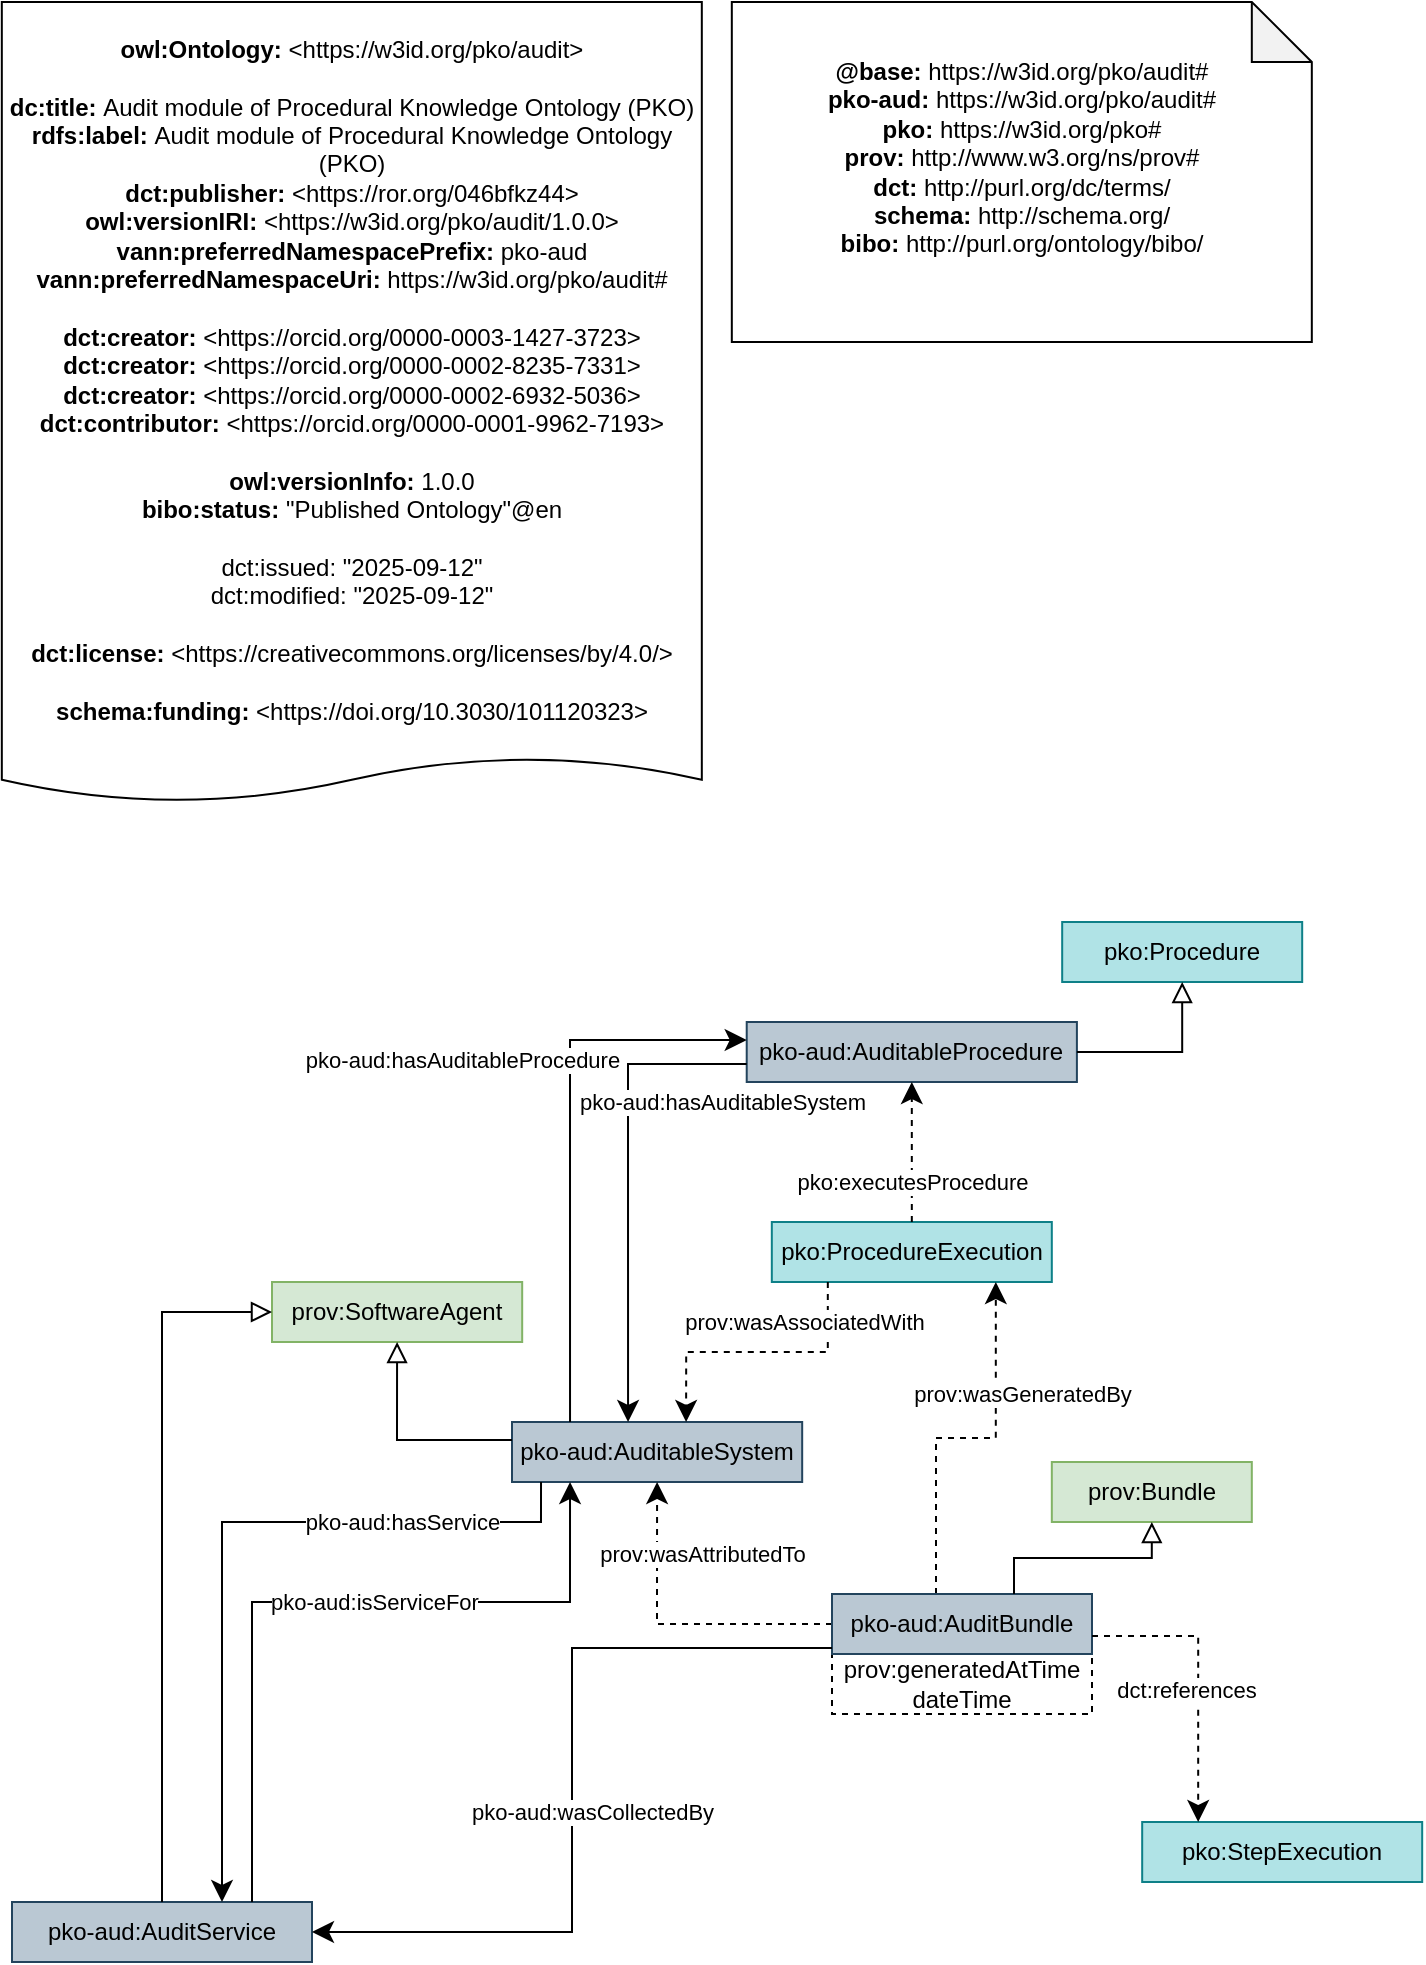
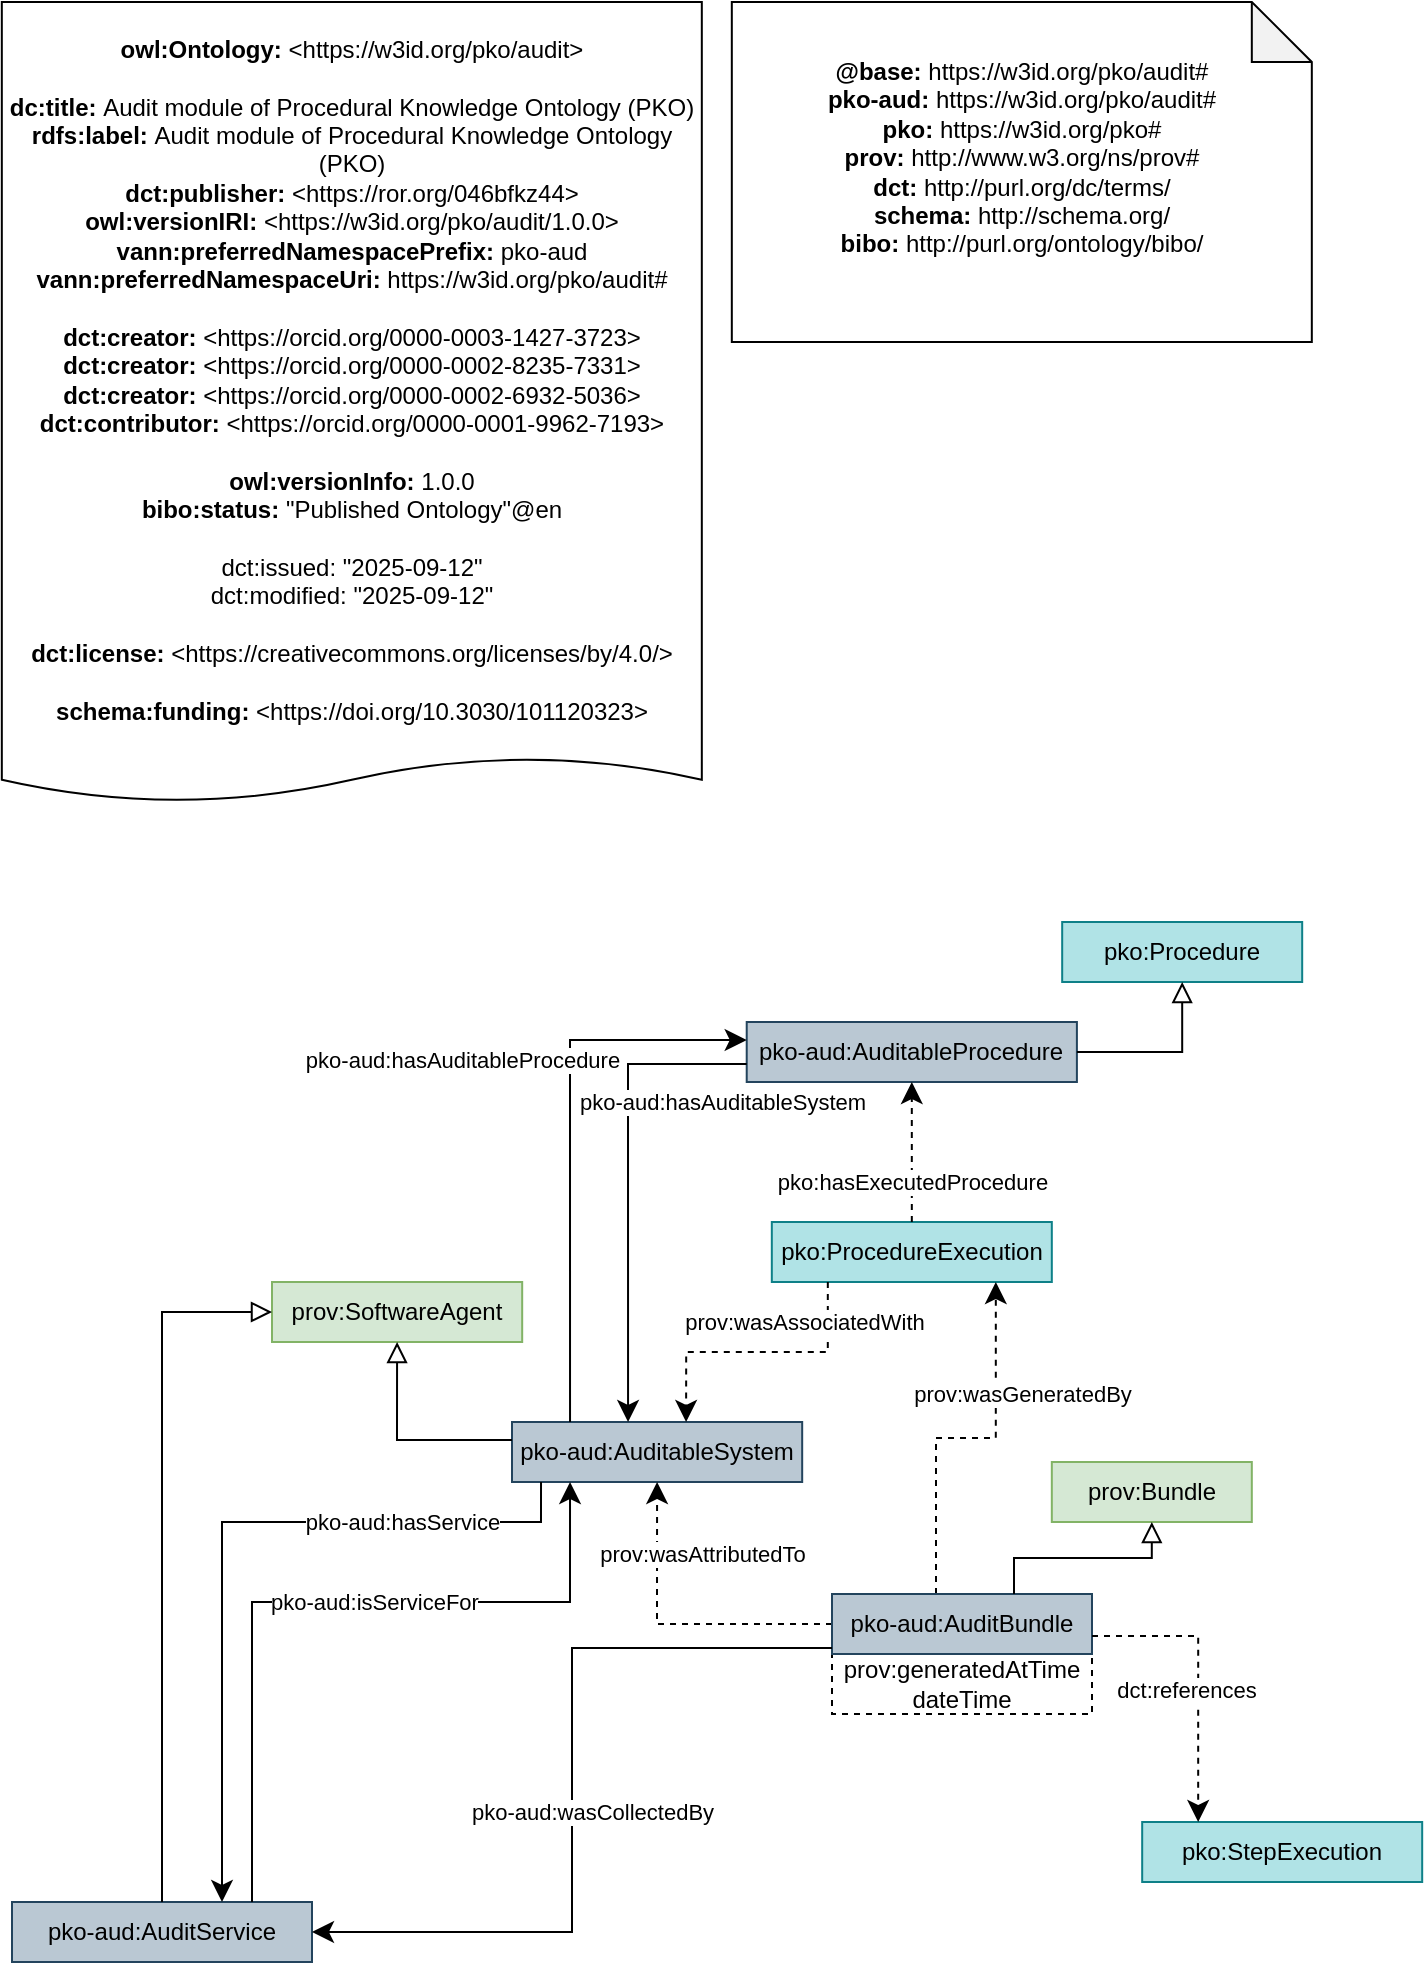
- <mxfile host="Electron" modified="2025-12-05T09:51:22.292Z" agent="Mozilla/5.0 (Windows NT 10.0; Win64; x64) AppleWebKit/537.36 (KHTML, like Gecko) draw.io/23.0.2 Chrome/120.0.6099.109 Electron/28.1.0 Safari/537.36" etag="nmHaVPTa93F_j-eJTZPs" version="23.0.2" type="device">
+ <mxfile host="Electron" agent="Mozilla/5.0 (Windows NT 10.0; Win64; x64) AppleWebKit/537.36 (KHTML, like Gecko) draw.io/29.3.6 Chrome/140.0.7339.249 Electron/38.8.0 Safari/537.36" version="29.3.6">
  <diagram name="1.0.0" id="Sd03tKeqi0pq5nF0qxbI">
-     <mxGraphModel dx="1839" dy="1677" grid="1" gridSize="10" guides="1" tooltips="1" connect="1" arrows="1" fold="1" page="1" pageScale="1" pageWidth="850" pageHeight="1100" math="0" shadow="0">
+     <mxGraphModel dx="1420" dy="1436" grid="1" gridSize="10" guides="1" tooltips="1" connect="1" arrows="1" fold="1" page="1" pageScale="1" pageWidth="850" pageHeight="1100" math="0" shadow="0">
      <root>
        <mxCell id="0" />
        <mxCell id="1" parent="0" />
-         <mxCell id="Wql7pAxn2FT9iOEP6doY-1" value="pko-aud:AuditableProcedure" style="rounded=0;whiteSpace=wrap;html=1;snapToPoint=1;points=[[0.1,0],[0.2,0],[0.3,0],[0.4,0],[0.5,0],[0.6,0],[0.7,0],[0.8,0],[0.9,0],[0,0.1],[0,0.3],[0,0.5],[0,0.7],[0,0.9],[0.1,1],[0.2,1],[0.3,1],[0.4,1],[0.5,1],[0.6,1],[0.7,1],[0.8,1],[0.9,1],[1,0.1],[1,0.3],[1,0.5],[1,0.7],[1,0.9]];fillColor=#bac8d3;strokeColor=#23445d;" parent="1" vertex="1">
-           <mxGeometry x="-192.64000000000001" y="-440" width="165.09" height="30" as="geometry" />
+         <mxCell id="Wql7pAxn2FT9iOEP6doY-1" parent="1" style="rounded=0;whiteSpace=wrap;html=1;snapToPoint=1;points=[[0.1,0],[0.2,0],[0.3,0],[0.4,0],[0.5,0],[0.6,0],[0.7,0],[0.8,0],[0.9,0],[0,0.1],[0,0.3],[0,0.5],[0,0.7],[0,0.9],[0.1,1],[0.2,1],[0.3,1],[0.4,1],[0.5,1],[0.6,1],[0.7,1],[0.8,1],[0.9,1],[1,0.1],[1,0.3],[1,0.5],[1,0.7],[1,0.9]];fillColor=#bac8d3;strokeColor=#23445d;" value="pko-aud:AuditableProcedure" vertex="1">
+           <mxGeometry height="30" width="165.09" x="-192.64000000000001" y="-440" as="geometry" />
        </mxCell>
-         <mxCell id="Wql7pAxn2FT9iOEP6doY-2" value="pko:ProcedureExecution" style="rounded=0;whiteSpace=wrap;html=1;snapToPoint=1;points=[[0.1,0],[0.2,0],[0.3,0],[0.4,0],[0.5,0],[0.6,0],[0.7,0],[0.8,0],[0.9,0],[0,0.1],[0,0.3],[0,0.5],[0,0.7],[0,0.9],[0.1,1],[0.2,1],[0.3,1],[0.4,1],[0.5,1],[0.6,1],[0.7,1],[0.8,1],[0.9,1],[1,0.1],[1,0.3],[1,0.5],[1,0.7],[1,0.9]];fillColor=#b0e3e6;strokeColor=#0e8088;" parent="1" vertex="1">
-           <mxGeometry x="-180.09" y="-340" width="140" height="30" as="geometry" />
+         <mxCell id="Wql7pAxn2FT9iOEP6doY-2" parent="1" style="rounded=0;whiteSpace=wrap;html=1;snapToPoint=1;points=[[0.1,0],[0.2,0],[0.3,0],[0.4,0],[0.5,0],[0.6,0],[0.7,0],[0.8,0],[0.9,0],[0,0.1],[0,0.3],[0,0.5],[0,0.7],[0,0.9],[0.1,1],[0.2,1],[0.3,1],[0.4,1],[0.5,1],[0.6,1],[0.7,1],[0.8,1],[0.9,1],[1,0.1],[1,0.3],[1,0.5],[1,0.7],[1,0.9]];fillColor=#b0e3e6;strokeColor=#0e8088;" value="pko:ProcedureExecution" vertex="1">
+           <mxGeometry height="30" width="140" x="-180.09" y="-340" as="geometry" />
        </mxCell>
-         <mxCell id="Wql7pAxn2FT9iOEP6doY-3" value="" style="endArrow=classic;html=1;endSize=8;arcSize=0;rounded=0;exitX=0.5;exitY=0;exitDx=0;exitDy=0;edgeStyle=orthogonalEdgeStyle;entryX=0.5;entryY=1;entryDx=0;entryDy=0;dashed=1;" parent="1" source="Wql7pAxn2FT9iOEP6doY-2" target="Wql7pAxn2FT9iOEP6doY-1" edge="1">
-           <mxGeometry width="50" height="50" relative="1" as="geometry">
+         <mxCell id="Wql7pAxn2FT9iOEP6doY-3" edge="1" parent="1" source="Wql7pAxn2FT9iOEP6doY-2" style="endArrow=classic;html=1;endSize=8;arcSize=0;rounded=0;exitX=0.5;exitY=0;exitDx=0;exitDy=0;edgeStyle=orthogonalEdgeStyle;entryX=0.5;entryY=1;entryDx=0;entryDy=0;dashed=1;" target="Wql7pAxn2FT9iOEP6doY-1" value="">
+           <mxGeometry height="50" relative="1" width="50" as="geometry">
            <mxPoint x="-119" y="848" as="sourcePoint" />
            <mxPoint x="291" y="325" as="targetPoint" />
          </mxGeometry>
        </mxCell>
-         <mxCell id="Wql7pAxn2FT9iOEP6doY-4" value="&lt;div&gt;pko:executesProcedure&lt;/div&gt;" style="edgeLabel;html=1;align=center;verticalAlign=middle;resizable=0;points=[];" parent="Wql7pAxn2FT9iOEP6doY-3" vertex="1" connectable="0">
-           <mxGeometry x="-0.1912" y="-1" relative="1" as="geometry">
+         <mxCell id="Wql7pAxn2FT9iOEP6doY-4" connectable="0" parent="Wql7pAxn2FT9iOEP6doY-3" style="edgeLabel;html=1;align=center;verticalAlign=middle;resizable=0;points=[];" value="&lt;div&gt;pko:hasExecutedProcedure&lt;/div&gt;" vertex="1">
+           <mxGeometry relative="1" x="-0.1912" y="-1" as="geometry">
            <mxPoint x="-1" y="8" as="offset" />
          </mxGeometry>
        </mxCell>
-         <mxCell id="Wql7pAxn2FT9iOEP6doY-5" value="pko-aud:AuditableSystem" style="rounded=0;whiteSpace=wrap;html=1;snapToPoint=1;points=[[0.1,0],[0.2,0],[0.3,0],[0.4,0],[0.5,0],[0.6,0],[0.7,0],[0.8,0],[0.9,0],[0,0.1],[0,0.3],[0,0.5],[0,0.7],[0,0.9],[0.1,1],[0.2,1],[0.3,1],[0.4,1],[0.5,1],[0.6,1],[0.7,1],[0.8,1],[0.9,1],[1,0.1],[1,0.3],[1,0.5],[1,0.7],[1,0.9]];fillColor=#bac8d3;strokeColor=#23445d;" parent="1" vertex="1">
-           <mxGeometry x="-310" y="-240" width="145.09" height="30" as="geometry" />
+         <mxCell id="Wql7pAxn2FT9iOEP6doY-5" parent="1" style="rounded=0;whiteSpace=wrap;html=1;snapToPoint=1;points=[[0.1,0],[0.2,0],[0.3,0],[0.4,0],[0.5,0],[0.6,0],[0.7,0],[0.8,0],[0.9,0],[0,0.1],[0,0.3],[0,0.5],[0,0.7],[0,0.9],[0.1,1],[0.2,1],[0.3,1],[0.4,1],[0.5,1],[0.6,1],[0.7,1],[0.8,1],[0.9,1],[1,0.1],[1,0.3],[1,0.5],[1,0.7],[1,0.9]];fillColor=#bac8d3;strokeColor=#23445d;" value="pko-aud:AuditableSystem" vertex="1">
+           <mxGeometry height="30" width="145.09" x="-310" y="-240" as="geometry" />
        </mxCell>
-         <mxCell id="Wql7pAxn2FT9iOEP6doY-6" value="" style="endArrow=classic;html=1;endSize=8;arcSize=0;rounded=0;exitX=0;exitY=0.5;exitDx=0;exitDy=0;edgeStyle=orthogonalEdgeStyle;entryX=0.5;entryY=1;entryDx=0;entryDy=0;dashed=1;" parent="1" source="Wql7pAxn2FT9iOEP6doY-24" target="Wql7pAxn2FT9iOEP6doY-5" edge="1">
-           <mxGeometry width="50" height="50" relative="1" as="geometry">
+         <mxCell id="Wql7pAxn2FT9iOEP6doY-6" edge="1" parent="1" source="Wql7pAxn2FT9iOEP6doY-24" style="endArrow=classic;html=1;endSize=8;arcSize=0;rounded=0;exitX=0;exitY=0.5;exitDx=0;exitDy=0;edgeStyle=orthogonalEdgeStyle;entryX=0.5;entryY=1;entryDx=0;entryDy=0;dashed=1;" target="Wql7pAxn2FT9iOEP6doY-5" value="">
+           <mxGeometry height="50" relative="1" width="50" as="geometry">
            <mxPoint x="-140" y="-139" as="sourcePoint" />
            <mxPoint x="-250" y="-240" as="targetPoint" />
          </mxGeometry>
        </mxCell>
-         <mxCell id="Wql7pAxn2FT9iOEP6doY-7" value="prov:wasAttributedTo" style="edgeLabel;html=1;align=center;verticalAlign=middle;resizable=0;points=[];" parent="Wql7pAxn2FT9iOEP6doY-6" vertex="1" connectable="0">
-           <mxGeometry x="-0.1912" y="-1" relative="1" as="geometry">
+         <mxCell id="Wql7pAxn2FT9iOEP6doY-7" connectable="0" parent="Wql7pAxn2FT9iOEP6doY-6" style="edgeLabel;html=1;align=center;verticalAlign=middle;resizable=0;points=[];" value="prov:wasAttributedTo" vertex="1">
+           <mxGeometry relative="1" x="-0.1912" y="-1" as="geometry">
            <mxPoint x="-1" y="-34" as="offset" />
          </mxGeometry>
        </mxCell>
-         <mxCell id="Wql7pAxn2FT9iOEP6doY-8" value="" style="endArrow=classic;html=1;endSize=8;arcSize=0;rounded=0;exitX=0.2;exitY=0;exitDx=0;exitDy=0;edgeStyle=orthogonalEdgeStyle;entryX=0;entryY=0.3;entryDx=0;entryDy=0;fontStyle=1" parent="1" source="Wql7pAxn2FT9iOEP6doY-5" target="Wql7pAxn2FT9iOEP6doY-1" edge="1">
-           <mxGeometry width="50" height="50" relative="1" as="geometry">
+         <mxCell id="Wql7pAxn2FT9iOEP6doY-8" edge="1" parent="1" source="Wql7pAxn2FT9iOEP6doY-5" style="endArrow=classic;html=1;endSize=8;arcSize=0;rounded=0;exitX=0.2;exitY=0;exitDx=0;exitDy=0;edgeStyle=orthogonalEdgeStyle;entryX=0;entryY=0.3;entryDx=0;entryDy=0;fontStyle=1" target="Wql7pAxn2FT9iOEP6doY-1" value="">
+           <mxGeometry height="50" relative="1" width="50" as="geometry">
            <mxPoint x="-135" y="-300" as="sourcePoint" />
            <mxPoint x="-250" y="-230" as="targetPoint" />
          </mxGeometry>
        </mxCell>
-         <mxCell id="Wql7pAxn2FT9iOEP6doY-9" value="&lt;div&gt;pko-aud:hasAuditableProcedure&lt;/div&gt;" style="edgeLabel;html=1;align=center;verticalAlign=middle;resizable=0;points=[];labelBackgroundColor=#FFFFFF;" parent="Wql7pAxn2FT9iOEP6doY-8" vertex="1" connectable="0">
-           <mxGeometry x="-0.1912" y="-1" relative="1" as="geometry">
+         <mxCell id="Wql7pAxn2FT9iOEP6doY-9" connectable="0" parent="Wql7pAxn2FT9iOEP6doY-8" style="edgeLabel;html=1;align=center;verticalAlign=middle;resizable=0;points=[];labelBackgroundColor=#FFFFFF;" value="&lt;div&gt;pko-aud:hasAuditableProcedure&lt;/div&gt;" vertex="1">
+           <mxGeometry relative="1" x="-0.1912" y="-1" as="geometry">
            <mxPoint x="-55" y="-68" as="offset" />
          </mxGeometry>
        </mxCell>
-         <mxCell id="Wql7pAxn2FT9iOEP6doY-10" value="pko:Procedure" style="rounded=0;whiteSpace=wrap;html=1;snapToPoint=1;points=[[0.1,0],[0.2,0],[0.3,0],[0.4,0],[0.5,0],[0.6,0],[0.7,0],[0.8,0],[0.9,0],[0,0.1],[0,0.3],[0,0.5],[0,0.7],[0,0.9],[0.1,1],[0.2,1],[0.3,1],[0.4,1],[0.5,1],[0.6,1],[0.7,1],[0.8,1],[0.9,1],[1,0.1],[1,0.3],[1,0.5],[1,0.7],[1,0.9]];fillColor=#b0e3e6;strokeColor=#0e8088;" parent="1" vertex="1">
-           <mxGeometry x="-34.91" y="-490" width="120" height="30" as="geometry" />
+         <mxCell id="Wql7pAxn2FT9iOEP6doY-10" parent="1" style="rounded=0;whiteSpace=wrap;html=1;snapToPoint=1;points=[[0.1,0],[0.2,0],[0.3,0],[0.4,0],[0.5,0],[0.6,0],[0.7,0],[0.8,0],[0.9,0],[0,0.1],[0,0.3],[0,0.5],[0,0.7],[0,0.9],[0.1,1],[0.2,1],[0.3,1],[0.4,1],[0.5,1],[0.6,1],[0.7,1],[0.8,1],[0.9,1],[1,0.1],[1,0.3],[1,0.5],[1,0.7],[1,0.9]];fillColor=#b0e3e6;strokeColor=#0e8088;" value="pko:Procedure" vertex="1">
+           <mxGeometry height="30" width="120" x="-34.91" y="-490" as="geometry" />
        </mxCell>
-         <mxCell id="Wql7pAxn2FT9iOEP6doY-11" value="pko-aud:AuditService" style="rounded=0;whiteSpace=wrap;html=1;snapToPoint=1;points=[[0.1,0],[0.2,0],[0.3,0],[0.4,0],[0.5,0],[0.6,0],[0.7,0],[0.8,0],[0.9,0],[0,0.1],[0,0.3],[0,0.5],[0,0.7],[0,0.9],[0.1,1],[0.2,1],[0.3,1],[0.4,1],[0.5,1],[0.6,1],[0.7,1],[0.8,1],[0.9,1],[1,0.1],[1,0.3],[1,0.5],[1,0.7],[1,0.9]];fillColor=#bac8d3;strokeColor=#23445d;" parent="1" vertex="1">
-           <mxGeometry x="-560" width="150" height="30" as="geometry" />
+         <mxCell id="Wql7pAxn2FT9iOEP6doY-11" parent="1" style="rounded=0;whiteSpace=wrap;html=1;snapToPoint=1;points=[[0.1,0],[0.2,0],[0.3,0],[0.4,0],[0.5,0],[0.6,0],[0.7,0],[0.8,0],[0.9,0],[0,0.1],[0,0.3],[0,0.5],[0,0.7],[0,0.9],[0.1,1],[0.2,1],[0.3,1],[0.4,1],[0.5,1],[0.6,1],[0.7,1],[0.8,1],[0.9,1],[1,0.1],[1,0.3],[1,0.5],[1,0.7],[1,0.9]];fillColor=#bac8d3;strokeColor=#23445d;" value="pko-aud:AuditService" vertex="1">
+           <mxGeometry height="30" width="150" x="-560" as="geometry" />
        </mxCell>
-         <mxCell id="Wql7pAxn2FT9iOEP6doY-12" value="" style="endArrow=classic;html=1;endSize=8;arcSize=0;rounded=0;exitX=0.1;exitY=1;exitDx=0;exitDy=0;edgeStyle=orthogonalEdgeStyle;entryX=0.7;entryY=0;entryDx=0;entryDy=0;" parent="1" source="Wql7pAxn2FT9iOEP6doY-5" target="Wql7pAxn2FT9iOEP6doY-11" edge="1">
-           <mxGeometry width="50" height="50" relative="1" as="geometry">
-             <mxPoint x="-130" y="-115" as="sourcePoint" />
-             <mxPoint x="-250" y="-200" as="targetPoint" />
+         <mxCell id="Wql7pAxn2FT9iOEP6doY-12" edge="1" parent="1" source="Wql7pAxn2FT9iOEP6doY-5" style="endArrow=classic;html=1;endSize=8;arcSize=0;rounded=0;exitX=0.1;exitY=1;exitDx=0;exitDy=0;edgeStyle=orthogonalEdgeStyle;entryX=0.7;entryY=0;entryDx=0;entryDy=0;" target="Wql7pAxn2FT9iOEP6doY-11" value="">
+           <mxGeometry height="50" relative="1" width="50" as="geometry">
            <Array as="points">
              <mxPoint x="-295.90999999999997" y="-190" />
              <mxPoint x="-454.90999999999997" y="-190" />
            </Array>
+             <mxPoint x="-130" y="-115" as="sourcePoint" />
+             <mxPoint x="-250" y="-200" as="targetPoint" />
          </mxGeometry>
        </mxCell>
-         <mxCell id="Wql7pAxn2FT9iOEP6doY-13" value="pko-aud:hasService" style="edgeLabel;html=1;align=center;verticalAlign=middle;resizable=0;points=[];" parent="Wql7pAxn2FT9iOEP6doY-12" vertex="1" connectable="0">
-           <mxGeometry x="-0.1912" y="-1" relative="1" as="geometry">
+         <mxCell id="Wql7pAxn2FT9iOEP6doY-13" connectable="0" parent="Wql7pAxn2FT9iOEP6doY-12" style="edgeLabel;html=1;align=center;verticalAlign=middle;resizable=0;points=[];" value="pko-aud:hasService" vertex="1">
+           <mxGeometry relative="1" x="-0.1912" y="-1" as="geometry">
            <mxPoint x="60" y="1" as="offset" />
          </mxGeometry>
        </mxCell>
-         <mxCell id="Wql7pAxn2FT9iOEP6doY-18" value="" style="endArrow=block;html=1;fontColor=#000099;exitX=1;exitY=0.5;exitDx=0;exitDy=0;endFill=0;entryX=0.5;entryY=1;entryDx=0;entryDy=0;endSize=8;arcSize=0;rounded=0;edgeStyle=orthogonalEdgeStyle;" parent="1" source="Wql7pAxn2FT9iOEP6doY-1" target="Wql7pAxn2FT9iOEP6doY-10" edge="1">
-           <mxGeometry width="50" height="50" relative="1" as="geometry">
+         <mxCell id="Wql7pAxn2FT9iOEP6doY-18" edge="1" parent="1" source="Wql7pAxn2FT9iOEP6doY-1" style="endArrow=block;html=1;fontColor=#000099;exitX=1;exitY=0.5;exitDx=0;exitDy=0;endFill=0;entryX=0.5;entryY=1;entryDx=0;entryDy=0;endSize=8;arcSize=0;rounded=0;edgeStyle=orthogonalEdgeStyle;" target="Wql7pAxn2FT9iOEP6doY-10" value="">
+           <mxGeometry height="50" relative="1" width="50" as="geometry">
            <mxPoint x="-426" y="90" as="sourcePoint" />
            <mxPoint x="-525" y="40" as="targetPoint" />
          </mxGeometry>
        </mxCell>
-         <mxCell id="Wql7pAxn2FT9iOEP6doY-19" value="" style="endArrow=classic;html=1;endSize=8;arcSize=0;rounded=0;edgeStyle=orthogonalEdgeStyle;entryX=0.8;entryY=1;entryDx=0;entryDy=0;exitX=0.4;exitY=0;exitDx=0;exitDy=0;dashed=1;" parent="1" source="Wql7pAxn2FT9iOEP6doY-24" target="Wql7pAxn2FT9iOEP6doY-2" edge="1">
-           <mxGeometry width="50" height="50" relative="1" as="geometry">
+         <mxCell id="Wql7pAxn2FT9iOEP6doY-19" edge="1" parent="1" source="Wql7pAxn2FT9iOEP6doY-24" style="endArrow=classic;html=1;endSize=8;arcSize=0;rounded=0;edgeStyle=orthogonalEdgeStyle;entryX=0.8;entryY=1;entryDx=0;entryDy=0;exitX=0.4;exitY=0;exitDx=0;exitDy=0;dashed=1;" target="Wql7pAxn2FT9iOEP6doY-2" value="">
+           <mxGeometry height="50" relative="1" width="50" as="geometry">
            <mxPoint x="-56" y="-154" as="sourcePoint" />
            <mxPoint x="-19" y="-260" as="targetPoint" />
          </mxGeometry>
        </mxCell>
-         <mxCell id="Wql7pAxn2FT9iOEP6doY-20" value="prov:wasGeneratedBy" style="edgeLabel;html=1;align=center;verticalAlign=middle;resizable=0;points=[];" parent="Wql7pAxn2FT9iOEP6doY-19" vertex="1" connectable="0">
-           <mxGeometry x="0.56" y="4" relative="1" as="geometry">
+         <mxCell id="Wql7pAxn2FT9iOEP6doY-20" connectable="0" parent="Wql7pAxn2FT9iOEP6doY-19" style="edgeLabel;html=1;align=center;verticalAlign=middle;resizable=0;points=[];" value="prov:wasGeneratedBy" vertex="1">
+           <mxGeometry relative="1" x="0.56" y="4" as="geometry">
            <mxPoint x="17" y="15" as="offset" />
          </mxGeometry>
        </mxCell>
-         <mxCell id="Wql7pAxn2FT9iOEP6doY-21" value="prov:generatedAtTime dateTime" style="rounded=0;whiteSpace=wrap;html=1;snapToPoint=1;points=[[0.1,0],[0.2,0],[0.3,0],[0.4,0],[0.5,0],[0.6,0],[0.7,0],[0.8,0],[0.9,0],[0,0.1],[0,0.3],[0,0.5],[0,0.7],[0,0.9],[0.1,1],[0.2,1],[0.3,1],[0.4,1],[0.5,1],[0.6,1],[0.7,1],[0.8,1],[0.9,1],[1,0.1],[1,0.3],[1,0.5],[1,0.7],[1,0.9]];dashed=1;" parent="1" vertex="1">
-           <mxGeometry x="-150" y="-124" width="130" height="30" as="geometry" />
+         <mxCell id="Wql7pAxn2FT9iOEP6doY-21" parent="1" style="rounded=0;whiteSpace=wrap;html=1;snapToPoint=1;points=[[0.1,0],[0.2,0],[0.3,0],[0.4,0],[0.5,0],[0.6,0],[0.7,0],[0.8,0],[0.9,0],[0,0.1],[0,0.3],[0,0.5],[0,0.7],[0,0.9],[0.1,1],[0.2,1],[0.3,1],[0.4,1],[0.5,1],[0.6,1],[0.7,1],[0.8,1],[0.9,1],[1,0.1],[1,0.3],[1,0.5],[1,0.7],[1,0.9]];dashed=1;" value="prov:generatedAtTime dateTime" vertex="1">
+           <mxGeometry height="30" width="130" x="-150" y="-124" as="geometry" />
        </mxCell>
-         <mxCell id="Wql7pAxn2FT9iOEP6doY-22" value="" style="endArrow=classic;html=1;endSize=8;arcSize=0;rounded=0;exitX=0.2;exitY=1;exitDx=0;exitDy=0;edgeStyle=orthogonalEdgeStyle;entryX=0.6;entryY=0;entryDx=0;entryDy=0;fontStyle=1;dashed=1;" parent="1" source="Wql7pAxn2FT9iOEP6doY-2" target="Wql7pAxn2FT9iOEP6doY-5" edge="1">
-           <mxGeometry width="50" height="50" relative="1" as="geometry">
+         <mxCell id="Wql7pAxn2FT9iOEP6doY-22" edge="1" parent="1" source="Wql7pAxn2FT9iOEP6doY-2" style="endArrow=classic;html=1;endSize=8;arcSize=0;rounded=0;exitX=0.2;exitY=1;exitDx=0;exitDy=0;edgeStyle=orthogonalEdgeStyle;entryX=0.6;entryY=0;entryDx=0;entryDy=0;fontStyle=1;dashed=1;" target="Wql7pAxn2FT9iOEP6doY-5" value="">
+           <mxGeometry height="50" relative="1" width="50" as="geometry">
            <mxPoint x="-210" y="-415" as="sourcePoint" />
            <mxPoint x="-272" y="-230" as="targetPoint" />
          </mxGeometry>
        </mxCell>
-         <mxCell id="Wql7pAxn2FT9iOEP6doY-23" value="&lt;div&gt;prov:wasAssociatedWith&lt;/div&gt;" style="edgeLabel;html=1;align=center;verticalAlign=middle;resizable=0;points=[];labelBackgroundColor=#FFFFFF;" parent="Wql7pAxn2FT9iOEP6doY-22" vertex="1" connectable="0">
-           <mxGeometry x="-0.1912" y="-1" relative="1" as="geometry">
+         <mxCell id="Wql7pAxn2FT9iOEP6doY-23" connectable="0" parent="Wql7pAxn2FT9iOEP6doY-22" style="edgeLabel;html=1;align=center;verticalAlign=middle;resizable=0;points=[];labelBackgroundColor=#FFFFFF;" value="&lt;div&gt;prov:wasAssociatedWith&lt;/div&gt;" vertex="1">
+           <mxGeometry relative="1" x="-0.1912" y="-1" as="geometry">
            <mxPoint x="10" y="-14" as="offset" />
          </mxGeometry>
        </mxCell>
-         <mxCell id="Wql7pAxn2FT9iOEP6doY-24" value="pko-aud:AuditBundle" style="rounded=0;whiteSpace=wrap;html=1;snapToPoint=1;points=[[0.1,0],[0.2,0],[0.3,0],[0.4,0],[0.5,0],[0.6,0],[0.7,0],[0.8,0],[0.9,0],[0,0.1],[0,0.3],[0,0.5],[0,0.7],[0,0.9],[0.1,1],[0.2,1],[0.3,1],[0.4,1],[0.5,1],[0.6,1],[0.7,1],[0.8,1],[0.9,1],[1,0.1],[1,0.3],[1,0.5],[1,0.7],[1,0.9]];fillColor=#bac8d3;strokeColor=#23445d;" parent="1" vertex="1">
-           <mxGeometry x="-150" y="-154" width="130" height="30" as="geometry" />
+         <mxCell id="Wql7pAxn2FT9iOEP6doY-24" parent="1" style="rounded=0;whiteSpace=wrap;html=1;snapToPoint=1;points=[[0.1,0],[0.2,0],[0.3,0],[0.4,0],[0.5,0],[0.6,0],[0.7,0],[0.8,0],[0.9,0],[0,0.1],[0,0.3],[0,0.5],[0,0.7],[0,0.9],[0.1,1],[0.2,1],[0.3,1],[0.4,1],[0.5,1],[0.6,1],[0.7,1],[0.8,1],[0.9,1],[1,0.1],[1,0.3],[1,0.5],[1,0.7],[1,0.9]];fillColor=#bac8d3;strokeColor=#23445d;" value="pko-aud:AuditBundle" vertex="1">
+           <mxGeometry height="30" width="130" x="-150" y="-154" as="geometry" />
        </mxCell>
-         <mxCell id="Wql7pAxn2FT9iOEP6doY-25" value="prov:Bundle" style="rounded=0;whiteSpace=wrap;html=1;snapToPoint=1;points=[[0.1,0],[0.2,0],[0.3,0],[0.4,0],[0.5,0],[0.6,0],[0.7,0],[0.8,0],[0.9,0],[0,0.1],[0,0.3],[0,0.5],[0,0.7],[0,0.9],[0.1,1],[0.2,1],[0.3,1],[0.4,1],[0.5,1],[0.6,1],[0.7,1],[0.8,1],[0.9,1],[1,0.1],[1,0.3],[1,0.5],[1,0.7],[1,0.9]];fillColor=#d5e8d4;strokeColor=#82b366;" parent="1" vertex="1">
-           <mxGeometry x="-40.09" y="-220" width="100" height="30" as="geometry" />
+         <mxCell id="Wql7pAxn2FT9iOEP6doY-25" parent="1" style="rounded=0;whiteSpace=wrap;html=1;snapToPoint=1;points=[[0.1,0],[0.2,0],[0.3,0],[0.4,0],[0.5,0],[0.6,0],[0.7,0],[0.8,0],[0.9,0],[0,0.1],[0,0.3],[0,0.5],[0,0.7],[0,0.9],[0.1,1],[0.2,1],[0.3,1],[0.4,1],[0.5,1],[0.6,1],[0.7,1],[0.8,1],[0.9,1],[1,0.1],[1,0.3],[1,0.5],[1,0.7],[1,0.9]];fillColor=#d5e8d4;strokeColor=#82b366;" value="prov:Bundle" vertex="1">
+           <mxGeometry height="30" width="100" x="-40.09" y="-220" as="geometry" />
        </mxCell>
-         <mxCell id="Wql7pAxn2FT9iOEP6doY-26" value="" style="endArrow=block;html=1;fontColor=#000099;exitX=0.7;exitY=0;exitDx=0;exitDy=0;endFill=0;entryX=0.5;entryY=1;entryDx=0;entryDy=0;endSize=8;arcSize=0;rounded=0;edgeStyle=orthogonalEdgeStyle;" parent="1" source="Wql7pAxn2FT9iOEP6doY-24" target="Wql7pAxn2FT9iOEP6doY-25" edge="1">
-           <mxGeometry width="50" height="50" relative="1" as="geometry">
+         <mxCell id="Wql7pAxn2FT9iOEP6doY-26" edge="1" parent="1" source="Wql7pAxn2FT9iOEP6doY-24" style="endArrow=block;html=1;fontColor=#000099;exitX=0.7;exitY=0;exitDx=0;exitDy=0;endFill=0;entryX=0.5;entryY=1;entryDx=0;entryDy=0;endSize=8;arcSize=0;rounded=0;edgeStyle=orthogonalEdgeStyle;" target="Wql7pAxn2FT9iOEP6doY-25" value="">
+           <mxGeometry height="50" relative="1" width="50" as="geometry">
            <mxPoint x="32" y="-280" as="sourcePoint" />
            <mxPoint x="209.99999999999997" y="-300" as="targetPoint" />
          </mxGeometry>
        </mxCell>
-         <mxCell id="Wql7pAxn2FT9iOEP6doY-27" value="prov:SoftwareAgent" style="rounded=0;whiteSpace=wrap;html=1;snapToPoint=1;points=[[0.1,0],[0.2,0],[0.3,0],[0.4,0],[0.5,0],[0.6,0],[0.7,0],[0.8,0],[0.9,0],[0,0.1],[0,0.3],[0,0.5],[0,0.7],[0,0.9],[0.1,1],[0.2,1],[0.3,1],[0.4,1],[0.5,1],[0.6,1],[0.7,1],[0.8,1],[0.9,1],[1,0.1],[1,0.3],[1,0.5],[1,0.7],[1,0.9]];fillColor=#d5e8d4;strokeColor=#82b366;" parent="1" vertex="1">
-           <mxGeometry x="-430" y="-310" width="125.09" height="30" as="geometry" />
+         <mxCell id="Wql7pAxn2FT9iOEP6doY-27" parent="1" style="rounded=0;whiteSpace=wrap;html=1;snapToPoint=1;points=[[0.1,0],[0.2,0],[0.3,0],[0.4,0],[0.5,0],[0.6,0],[0.7,0],[0.8,0],[0.9,0],[0,0.1],[0,0.3],[0,0.5],[0,0.7],[0,0.9],[0.1,1],[0.2,1],[0.3,1],[0.4,1],[0.5,1],[0.6,1],[0.7,1],[0.8,1],[0.9,1],[1,0.1],[1,0.3],[1,0.5],[1,0.7],[1,0.9]];fillColor=#d5e8d4;strokeColor=#82b366;" value="prov:SoftwareAgent" vertex="1">
+           <mxGeometry height="30" width="125.09" x="-430" y="-310" as="geometry" />
        </mxCell>
-         <mxCell id="Wql7pAxn2FT9iOEP6doY-28" value="" style="endArrow=block;html=1;fontColor=#000099;exitX=0;exitY=0.3;exitDx=0;exitDy=0;endFill=0;entryX=0.5;entryY=1;entryDx=0;entryDy=0;endSize=8;arcSize=0;rounded=0;edgeStyle=orthogonalEdgeStyle;" parent="1" source="Wql7pAxn2FT9iOEP6doY-5" target="Wql7pAxn2FT9iOEP6doY-27" edge="1">
-           <mxGeometry width="50" height="50" relative="1" as="geometry">
+         <mxCell id="Wql7pAxn2FT9iOEP6doY-28" edge="1" parent="1" source="Wql7pAxn2FT9iOEP6doY-5" style="endArrow=block;html=1;fontColor=#000099;exitX=0;exitY=0.3;exitDx=0;exitDy=0;endFill=0;entryX=0.5;entryY=1;entryDx=0;entryDy=0;endSize=8;arcSize=0;rounded=0;edgeStyle=orthogonalEdgeStyle;" target="Wql7pAxn2FT9iOEP6doY-27" value="">
+           <mxGeometry height="50" relative="1" width="50" as="geometry">
            <mxPoint x="32" y="-280" as="sourcePoint" />
            <mxPoint x="209.99999999999997" y="-300" as="targetPoint" />
          </mxGeometry>
        </mxCell>
-         <mxCell id="Wql7pAxn2FT9iOEP6doY-29" value="" style="endArrow=classic;html=1;endSize=8;arcSize=0;rounded=0;exitX=0;exitY=0.9;exitDx=0;exitDy=0;edgeStyle=orthogonalEdgeStyle;entryX=1;entryY=0.5;entryDx=0;entryDy=0;" parent="1" source="Wql7pAxn2FT9iOEP6doY-24" target="Wql7pAxn2FT9iOEP6doY-11" edge="1">
-           <mxGeometry width="50" height="50" relative="1" as="geometry">
+         <mxCell id="Wql7pAxn2FT9iOEP6doY-29" edge="1" parent="1" source="Wql7pAxn2FT9iOEP6doY-24" style="endArrow=classic;html=1;endSize=8;arcSize=0;rounded=0;exitX=0;exitY=0.9;exitDx=0;exitDy=0;edgeStyle=orthogonalEdgeStyle;entryX=1;entryY=0.5;entryDx=0;entryDy=0;" target="Wql7pAxn2FT9iOEP6doY-11" value="">
+           <mxGeometry height="50" relative="1" width="50" as="geometry">
            <mxPoint x="-130" y="-129" as="sourcePoint" />
            <mxPoint x="-230" y="-200" as="targetPoint" />
          </mxGeometry>
        </mxCell>
-         <mxCell id="Wql7pAxn2FT9iOEP6doY-30" value="pko-aud:wasCollectedBy" style="edgeLabel;html=1;align=center;verticalAlign=middle;resizable=0;points=[];" parent="Wql7pAxn2FT9iOEP6doY-29" vertex="1" connectable="0">
-           <mxGeometry x="-0.1912" y="-1" relative="1" as="geometry">
+         <mxCell id="Wql7pAxn2FT9iOEP6doY-30" connectable="0" parent="Wql7pAxn2FT9iOEP6doY-29" style="edgeLabel;html=1;align=center;verticalAlign=middle;resizable=0;points=[];" value="pko-aud:wasCollectedBy" vertex="1">
+           <mxGeometry relative="1" x="-0.1912" y="-1" as="geometry">
            <mxPoint x="11" y="49" as="offset" />
          </mxGeometry>
        </mxCell>
-         <mxCell id="Wql7pAxn2FT9iOEP6doY-31" value="pko:StepExecution" style="rounded=0;whiteSpace=wrap;html=1;snapToPoint=1;points=[[0.1,0],[0.2,0],[0.3,0],[0.4,0],[0.5,0],[0.6,0],[0.7,0],[0.8,0],[0.9,0],[0,0.1],[0,0.3],[0,0.5],[0,0.7],[0,0.9],[0.1,1],[0.2,1],[0.3,1],[0.4,1],[0.5,1],[0.6,1],[0.7,1],[0.8,1],[0.9,1],[1,0.1],[1,0.3],[1,0.5],[1,0.7],[1,0.9]];fillColor=#b0e3e6;strokeColor=#0e8088;" parent="1" vertex="1">
-           <mxGeometry x="5.089999999999975" y="-40" width="140" height="30" as="geometry" />
+         <mxCell id="Wql7pAxn2FT9iOEP6doY-31" parent="1" style="rounded=0;whiteSpace=wrap;html=1;snapToPoint=1;points=[[0.1,0],[0.2,0],[0.3,0],[0.4,0],[0.5,0],[0.6,0],[0.7,0],[0.8,0],[0.9,0],[0,0.1],[0,0.3],[0,0.5],[0,0.7],[0,0.9],[0.1,1],[0.2,1],[0.3,1],[0.4,1],[0.5,1],[0.6,1],[0.7,1],[0.8,1],[0.9,1],[1,0.1],[1,0.3],[1,0.5],[1,0.7],[1,0.9]];fillColor=#b0e3e6;strokeColor=#0e8088;" value="pko:StepExecution" vertex="1">
+           <mxGeometry height="30" width="140" x="5.089999999999975" y="-40" as="geometry" />
        </mxCell>
-         <mxCell id="Wql7pAxn2FT9iOEP6doY-32" value="" style="endArrow=classic;html=1;endSize=8;arcSize=0;rounded=0;exitX=1;exitY=0.7;exitDx=0;exitDy=0;edgeStyle=orthogonalEdgeStyle;entryX=0.2;entryY=0;entryDx=0;entryDy=0;dashed=1;" parent="1" source="Wql7pAxn2FT9iOEP6doY-24" target="Wql7pAxn2FT9iOEP6doY-31" edge="1">
-           <mxGeometry width="50" height="50" relative="1" as="geometry">
+         <mxCell id="Wql7pAxn2FT9iOEP6doY-32" edge="1" parent="1" source="Wql7pAxn2FT9iOEP6doY-24" style="endArrow=classic;html=1;endSize=8;arcSize=0;rounded=0;exitX=1;exitY=0.7;exitDx=0;exitDy=0;edgeStyle=orthogonalEdgeStyle;entryX=0.2;entryY=0;entryDx=0;entryDy=0;dashed=1;" target="Wql7pAxn2FT9iOEP6doY-31" value="">
+           <mxGeometry height="50" relative="1" width="50" as="geometry">
            <mxPoint x="-46" y="-144" as="sourcePoint" />
            <mxPoint x="-9" y="-250" as="targetPoint" />
          </mxGeometry>
        </mxCell>
-         <mxCell id="Wql7pAxn2FT9iOEP6doY-33" value="dct:references" style="edgeLabel;html=1;align=center;verticalAlign=middle;resizable=0;points=[];" parent="Wql7pAxn2FT9iOEP6doY-32" vertex="1" connectable="0">
-           <mxGeometry x="0.56" y="4" relative="1" as="geometry">
+         <mxCell id="Wql7pAxn2FT9iOEP6doY-33" connectable="0" parent="Wql7pAxn2FT9iOEP6doY-32" style="edgeLabel;html=1;align=center;verticalAlign=middle;resizable=0;points=[];" value="dct:references" vertex="1">
+           <mxGeometry relative="1" x="0.56" y="4" as="geometry">
            <mxPoint x="-10" y="-34" as="offset" />
          </mxGeometry>
        </mxCell>
-         <mxCell id="Wql7pAxn2FT9iOEP6doY-36" value="" style="endArrow=block;html=1;fontColor=#000099;exitX=0.5;exitY=0;exitDx=0;exitDy=0;endFill=0;entryX=0;entryY=0.5;entryDx=0;entryDy=0;endSize=8;arcSize=0;rounded=0;edgeStyle=orthogonalEdgeStyle;" parent="1" source="Wql7pAxn2FT9iOEP6doY-11" target="Wql7pAxn2FT9iOEP6doY-27" edge="1">
-           <mxGeometry width="50" height="50" relative="1" as="geometry">
+         <mxCell id="Wql7pAxn2FT9iOEP6doY-36" edge="1" parent="1" source="Wql7pAxn2FT9iOEP6doY-11" style="endArrow=block;html=1;fontColor=#000099;exitX=0.5;exitY=0;exitDx=0;exitDy=0;endFill=0;entryX=0;entryY=0.5;entryDx=0;entryDy=0;endSize=8;arcSize=0;rounded=0;edgeStyle=orthogonalEdgeStyle;" target="Wql7pAxn2FT9iOEP6doY-27" value="">
+           <mxGeometry height="50" relative="1" width="50" as="geometry">
            <mxPoint x="-300" y="-221" as="sourcePoint" />
            <mxPoint x="-365" y="-270" as="targetPoint" />
          </mxGeometry>
        </mxCell>
-         <mxCell id="Wql7pAxn2FT9iOEP6doY-39" value="&lt;div&gt;&lt;b&gt;owl:Ontology: &lt;/b&gt;&amp;lt;https://w3id.org/pko/audit&amp;gt;&lt;/div&gt;&lt;div&gt;&lt;b&gt;&lt;br&gt;&lt;/b&gt;&lt;/div&gt;&lt;div&gt;&lt;b style=&quot;border-color: var(--border-color);&quot;&gt;dc:title:&lt;/b&gt;&amp;nbsp;Audit module of Procedural Knowledge Ontology (PKO)&lt;br&gt;&lt;/div&gt;&lt;div&gt;&lt;/div&gt;&lt;b style=&quot;border-color: var(--border-color);&quot;&gt;rdfs:label:&lt;/b&gt;&amp;nbsp;Audit module of Procedural Knowledge Ontology (PKO)&lt;br&gt;&lt;div&gt;&lt;b&gt;dct:publisher:&lt;/b&gt;&amp;nbsp;&amp;lt;https://ror.org/046bfkz44&amp;gt;&lt;br&gt;&lt;/div&gt;&lt;div&gt;&lt;b style=&quot;border-color: var(--border-color);&quot;&gt;owl:versionIRI:&lt;/b&gt;&amp;nbsp;&amp;lt;https://w3id.org/pko/audit/1.0.0&amp;gt;&lt;br&gt;&lt;/div&gt;&lt;div&gt;&lt;div&gt;&lt;b&gt;vann:preferredNamespacePrefix: &lt;/b&gt;pko-aud&lt;/div&gt;&lt;div&gt;&lt;b&gt;vann:preferredNamespaceUri: &lt;/b&gt;https://w3id.org/pko/audit#&lt;/div&gt;&lt;/div&gt;&lt;div&gt;&lt;b&gt;&lt;br&gt;&lt;/b&gt;&lt;/div&gt;&lt;div&gt;&lt;b style=&quot;border-color: var(--border-color);&quot;&gt;dct:creator:&lt;/b&gt;&amp;nbsp;&amp;lt;https://orcid.org/0000-0003-1427-3723&amp;gt;&lt;br style=&quot;border-color: var(--border-color);&quot;&gt;&lt;b style=&quot;border-color: var(--border-color);&quot;&gt;dct:creator:&lt;/b&gt;&amp;nbsp;&amp;lt;https://orcid.org/0000-0002-8235-7331&amp;gt;&lt;/div&gt;&lt;div&gt;&lt;b style=&quot;border-color: var(--border-color);&quot;&gt;dct:creator:&lt;/b&gt;&amp;nbsp;&amp;lt;https://orcid.org/0000-0002-6932-5036&amp;gt;&lt;br style=&quot;border-color: var(--border-color);&quot;&gt;&lt;b style=&quot;border-color: var(--border-color);&quot;&gt;dct:contributor:&lt;/b&gt;&amp;nbsp;&amp;lt;https://orcid.org/0000-0001-9962-7193&amp;gt;&lt;br&gt;&lt;/div&gt;&lt;div&gt;&lt;b&gt;&lt;br&gt;&lt;/b&gt;&lt;/div&gt;&lt;div&gt;&lt;b&gt;owl:versionInfo:&lt;/b&gt;&amp;nbsp;1.0.0&lt;/div&gt;&lt;div&gt;&lt;b&gt;bibo:status:&lt;/b&gt;&amp;nbsp;&quot;Published Ontology&quot;@en&lt;/div&gt;&lt;div&gt;&lt;br&gt;&lt;/div&gt;&lt;div&gt;&lt;div&gt;dct:issued: &quot;2025-09-12&quot;&lt;/div&gt;&lt;div&gt;dct:modified: &quot;2025-09-12&quot;&lt;/div&gt;&lt;/div&gt;&lt;div&gt;&lt;br&gt;&lt;/div&gt;&lt;div&gt;&lt;div style=&quot;border-color: var(--border-color);&quot;&gt;&lt;b style=&quot;border-color: var(--border-color);&quot;&gt;dct:license: &lt;/b&gt;&lt;span style=&quot;border-color: var(--border-color);&quot;&gt;&amp;lt;&lt;/span&gt;https://creativecommons.org/licenses/by/4.0/&amp;gt;&lt;/div&gt;&lt;/div&gt;&lt;div style=&quot;border-color: var(--border-color);&quot;&gt;&lt;br&gt;&lt;/div&gt;&lt;div style=&quot;border-color: var(--border-color);&quot;&gt;&lt;b&gt;schema:funding:&amp;nbsp;&lt;/b&gt;&amp;lt;https://doi.org/10.3030/101120323&amp;gt;&lt;br&gt;&lt;/div&gt;&lt;div&gt;&lt;/div&gt;" style="shape=document;whiteSpace=wrap;html=1;boundedLbl=1;labelBackgroundColor=#ffffff;strokeColor=#000000;fontSize=12;fontColor=#000000;size=0.05555555555555555;" parent="1" vertex="1">
-           <mxGeometry x="-565.09" y="-950" width="350" height="400" as="geometry" />
+         <mxCell id="Wql7pAxn2FT9iOEP6doY-39" parent="1" style="shape=document;whiteSpace=wrap;html=1;boundedLbl=1;labelBackgroundColor=#ffffff;strokeColor=#000000;fontSize=12;fontColor=#000000;size=0.05555555555555555;" value="&lt;div&gt;&lt;b&gt;owl:Ontology: &lt;/b&gt;&amp;lt;https://w3id.org/pko/audit&amp;gt;&lt;/div&gt;&lt;div&gt;&lt;b&gt;&lt;br&gt;&lt;/b&gt;&lt;/div&gt;&lt;div&gt;&lt;b style=&quot;border-color: var(--border-color);&quot;&gt;dc:title:&lt;/b&gt;&amp;nbsp;Audit module of Procedural Knowledge Ontology (PKO)&lt;br&gt;&lt;/div&gt;&lt;div&gt;&lt;/div&gt;&lt;b style=&quot;border-color: var(--border-color);&quot;&gt;rdfs:label:&lt;/b&gt;&amp;nbsp;Audit module of Procedural Knowledge Ontology (PKO)&lt;br&gt;&lt;div&gt;&lt;b&gt;dct:publisher:&lt;/b&gt;&amp;nbsp;&amp;lt;https://ror.org/046bfkz44&amp;gt;&lt;br&gt;&lt;/div&gt;&lt;div&gt;&lt;b style=&quot;border-color: var(--border-color);&quot;&gt;owl:versionIRI:&lt;/b&gt;&amp;nbsp;&amp;lt;https://w3id.org/pko/audit/1.0.0&amp;gt;&lt;br&gt;&lt;/div&gt;&lt;div&gt;&lt;div&gt;&lt;b&gt;vann:preferredNamespacePrefix: &lt;/b&gt;pko-aud&lt;/div&gt;&lt;div&gt;&lt;b&gt;vann:preferredNamespaceUri: &lt;/b&gt;https://w3id.org/pko/audit#&lt;/div&gt;&lt;/div&gt;&lt;div&gt;&lt;b&gt;&lt;br&gt;&lt;/b&gt;&lt;/div&gt;&lt;div&gt;&lt;b style=&quot;border-color: var(--border-color);&quot;&gt;dct:creator:&lt;/b&gt;&amp;nbsp;&amp;lt;https://orcid.org/0000-0003-1427-3723&amp;gt;&lt;br style=&quot;border-color: var(--border-color);&quot;&gt;&lt;b style=&quot;border-color: var(--border-color);&quot;&gt;dct:creator:&lt;/b&gt;&amp;nbsp;&amp;lt;https://orcid.org/0000-0002-8235-7331&amp;gt;&lt;/div&gt;&lt;div&gt;&lt;b style=&quot;border-color: var(--border-color);&quot;&gt;dct:creator:&lt;/b&gt;&amp;nbsp;&amp;lt;https://orcid.org/0000-0002-6932-5036&amp;gt;&lt;br style=&quot;border-color: var(--border-color);&quot;&gt;&lt;b style=&quot;border-color: var(--border-color);&quot;&gt;dct:contributor:&lt;/b&gt;&amp;nbsp;&amp;lt;https://orcid.org/0000-0001-9962-7193&amp;gt;&lt;br&gt;&lt;/div&gt;&lt;div&gt;&lt;b&gt;&lt;br&gt;&lt;/b&gt;&lt;/div&gt;&lt;div&gt;&lt;b&gt;owl:versionInfo:&lt;/b&gt;&amp;nbsp;1.0.0&lt;/div&gt;&lt;div&gt;&lt;b&gt;bibo:status:&lt;/b&gt;&amp;nbsp;&quot;Published Ontology&quot;@en&lt;/div&gt;&lt;div&gt;&lt;br&gt;&lt;/div&gt;&lt;div&gt;&lt;div&gt;dct:issued: &quot;2025-09-12&quot;&lt;/div&gt;&lt;div&gt;dct:modified: &quot;2025-09-12&quot;&lt;/div&gt;&lt;/div&gt;&lt;div&gt;&lt;br&gt;&lt;/div&gt;&lt;div&gt;&lt;div style=&quot;border-color: var(--border-color);&quot;&gt;&lt;b style=&quot;border-color: var(--border-color);&quot;&gt;dct:license: &lt;/b&gt;&lt;span style=&quot;border-color: var(--border-color);&quot;&gt;&amp;lt;&lt;/span&gt;https://creativecommons.org/licenses/by/4.0/&amp;gt;&lt;/div&gt;&lt;/div&gt;&lt;div style=&quot;border-color: var(--border-color);&quot;&gt;&lt;br&gt;&lt;/div&gt;&lt;div style=&quot;border-color: var(--border-color);&quot;&gt;&lt;b&gt;schema:funding:&amp;nbsp;&lt;/b&gt;&amp;lt;https://doi.org/10.3030/101120323&amp;gt;&lt;br&gt;&lt;/div&gt;&lt;div&gt;&lt;/div&gt;" vertex="1">
+           <mxGeometry height="400" width="350" x="-565.09" y="-950" as="geometry" />
        </mxCell>
-         <mxCell id="Wql7pAxn2FT9iOEP6doY-40" value="&lt;div&gt;&lt;b&gt;@base:&lt;/b&gt; https://w3id.org/pko/audit#&lt;/div&gt;&lt;div&gt;&lt;b style=&quot;border-color: var(--border-color);&quot;&gt;pko-aud:&lt;/b&gt;&amp;nbsp;https://w3id.org/pko/audit#&lt;/div&gt;&lt;div&gt;&lt;b style=&quot;border-color: var(--border-color);&quot;&gt;pko:&lt;/b&gt;&amp;nbsp;https://w3id.org/pko#&lt;br&gt;&lt;/div&gt;&lt;div&gt;&lt;b&gt;prov:&lt;/b&gt; http://www.w3.org/ns/prov#&lt;/div&gt;&lt;div&gt;&lt;b&gt;dct:&amp;nbsp;&lt;/b&gt;http://purl.org/dc/terms/&lt;/div&gt;&lt;div&gt;&lt;b&gt;schema:&lt;/b&gt; http://schema.org/&lt;/div&gt;&lt;b style=&quot;border-color: var(--border-color);&quot;&gt;bibo:&lt;/b&gt;&amp;nbsp;http://purl.org/ontology/bibo/&lt;br&gt;&lt;span style=&quot;background-color: initial;&quot;&gt;&amp;nbsp;&lt;/span&gt;" style="shape=note;whiteSpace=wrap;html=1;backgroundOutline=1;darkOpacity=0.05;" parent="1" vertex="1">
-           <mxGeometry x="-200.09" y="-950" width="290" height="170" as="geometry" />
+         <mxCell id="Wql7pAxn2FT9iOEP6doY-40" parent="1" style="shape=note;whiteSpace=wrap;html=1;backgroundOutline=1;darkOpacity=0.05;" value="&lt;div&gt;&lt;b&gt;@base:&lt;/b&gt; https://w3id.org/pko/audit#&lt;/div&gt;&lt;div&gt;&lt;b style=&quot;border-color: var(--border-color);&quot;&gt;pko-aud:&lt;/b&gt;&amp;nbsp;https://w3id.org/pko/audit#&lt;/div&gt;&lt;div&gt;&lt;b style=&quot;border-color: var(--border-color);&quot;&gt;pko:&lt;/b&gt;&amp;nbsp;https://w3id.org/pko#&lt;br&gt;&lt;/div&gt;&lt;div&gt;&lt;b&gt;prov:&lt;/b&gt; http://www.w3.org/ns/prov#&lt;/div&gt;&lt;div&gt;&lt;b&gt;dct:&amp;nbsp;&lt;/b&gt;http://purl.org/dc/terms/&lt;/div&gt;&lt;div&gt;&lt;b&gt;schema:&lt;/b&gt; http://schema.org/&lt;/div&gt;&lt;b style=&quot;border-color: var(--border-color);&quot;&gt;bibo:&lt;/b&gt;&amp;nbsp;http://purl.org/ontology/bibo/&lt;br&gt;&lt;span style=&quot;background-color: initial;&quot;&gt;&amp;nbsp;&lt;/span&gt;" vertex="1">
+           <mxGeometry height="170" width="290" x="-200.09" y="-950" as="geometry" />
        </mxCell>
-         <mxCell id="r8Mb_Sk88kdcnkDoMbBJ-1" value="" style="endArrow=classic;html=1;endSize=8;arcSize=0;rounded=0;edgeStyle=orthogonalEdgeStyle;entryX=0.2;entryY=1;entryDx=0;entryDy=0;exitX=0.8;exitY=0;exitDx=0;exitDy=0;" parent="1" source="Wql7pAxn2FT9iOEP6doY-11" target="Wql7pAxn2FT9iOEP6doY-5" edge="1">
-           <mxGeometry width="50" height="50" relative="1" as="geometry">
-             <mxPoint x="-404.90999999999997" y="-20" as="sourcePoint" />
-             <mxPoint x="-444.90999999999997" y="10" as="targetPoint" />
+         <mxCell id="r8Mb_Sk88kdcnkDoMbBJ-1" edge="1" parent="1" source="Wql7pAxn2FT9iOEP6doY-11" style="endArrow=classic;html=1;endSize=8;arcSize=0;rounded=0;edgeStyle=orthogonalEdgeStyle;entryX=0.2;entryY=1;entryDx=0;entryDy=0;exitX=0.8;exitY=0;exitDx=0;exitDy=0;" target="Wql7pAxn2FT9iOEP6doY-5" value="">
+           <mxGeometry height="50" relative="1" width="50" as="geometry">
            <Array as="points">
              <mxPoint x="-439.90999999999997" y="-150" />
              <mxPoint x="-280.90999999999997" y="-150" />
            </Array>
+             <mxPoint x="-404.90999999999997" y="-20" as="sourcePoint" />
+             <mxPoint x="-444.90999999999997" y="10" as="targetPoint" />
          </mxGeometry>
        </mxCell>
-         <mxCell id="r8Mb_Sk88kdcnkDoMbBJ-2" value="pko-aud:isServiceFor" style="edgeLabel;html=1;align=center;verticalAlign=middle;resizable=0;points=[];" parent="r8Mb_Sk88kdcnkDoMbBJ-1" vertex="1" connectable="0">
-           <mxGeometry x="-0.1912" y="-1" relative="1" as="geometry">
+         <mxCell id="r8Mb_Sk88kdcnkDoMbBJ-2" connectable="0" parent="r8Mb_Sk88kdcnkDoMbBJ-1" style="edgeLabel;html=1;align=center;verticalAlign=middle;resizable=0;points=[];" value="pko-aud:isServiceFor" vertex="1">
+           <mxGeometry relative="1" x="-0.1912" y="-1" as="geometry">
            <mxPoint x="60" y="-1" as="offset" />
          </mxGeometry>
        </mxCell>
-         <mxCell id="r8Mb_Sk88kdcnkDoMbBJ-3" value="" style="endArrow=classic;html=1;endSize=8;arcSize=0;rounded=0;exitX=0;exitY=0.7;exitDx=0;exitDy=0;edgeStyle=orthogonalEdgeStyle;fontStyle=1;entryX=0.4;entryY=0;entryDx=0;entryDy=0;" parent="1" source="Wql7pAxn2FT9iOEP6doY-1" target="Wql7pAxn2FT9iOEP6doY-5" edge="1">
-           <mxGeometry width="50" height="50" relative="1" as="geometry">
+         <mxCell id="r8Mb_Sk88kdcnkDoMbBJ-3" edge="1" parent="1" source="Wql7pAxn2FT9iOEP6doY-1" style="endArrow=classic;html=1;endSize=8;arcSize=0;rounded=0;exitX=0;exitY=0.7;exitDx=0;exitDy=0;edgeStyle=orthogonalEdgeStyle;fontStyle=1;entryX=0.4;entryY=0;entryDx=0;entryDy=0;" target="Wql7pAxn2FT9iOEP6doY-5" value="">
+           <mxGeometry height="50" relative="1" width="50" as="geometry">
            <mxPoint x="-270.90999999999997" y="-230" as="sourcePoint" />
            <mxPoint x="-424.90999999999997" y="-420" as="targetPoint" />
          </mxGeometry>
        </mxCell>
-         <mxCell id="r8Mb_Sk88kdcnkDoMbBJ-4" value="&lt;div&gt;pko-aud:hasAuditableSystem&lt;/div&gt;" style="edgeLabel;html=1;align=center;verticalAlign=middle;resizable=0;points=[];labelBackgroundColor=#FFFFFF;" parent="r8Mb_Sk88kdcnkDoMbBJ-3" vertex="1" connectable="0">
-           <mxGeometry x="-0.1912" y="-1" relative="1" as="geometry">
+         <mxCell id="r8Mb_Sk88kdcnkDoMbBJ-4" connectable="0" parent="r8Mb_Sk88kdcnkDoMbBJ-3" style="edgeLabel;html=1;align=center;verticalAlign=middle;resizable=0;points=[];labelBackgroundColor=#FFFFFF;" value="&lt;div&gt;pko-aud:hasAuditableSystem&lt;/div&gt;" vertex="1">
+           <mxGeometry relative="1" x="-0.1912" y="-1" as="geometry">
            <mxPoint x="48" y="-18" as="offset" />
          </mxGeometry>
        </mxCell>
      </root>
    </mxGraphModel>
  </diagram>
</mxfile>
